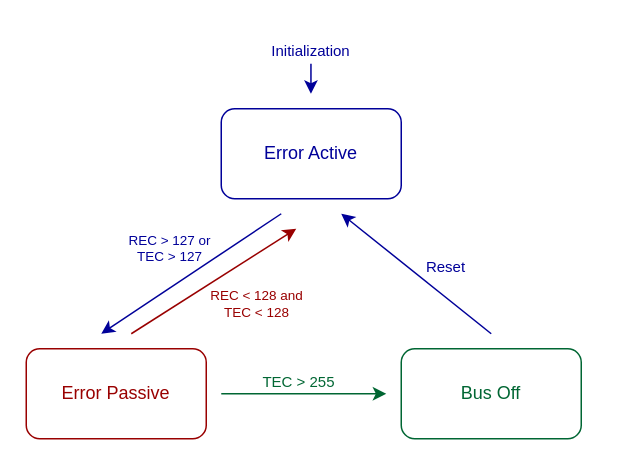
modelica/fmi-ls-bus keeps this draw.io diagram as docs/images/can_error_state_machine.drawio. Above is the earlier version. Source tidied: cells renumbered, new cells numbered last; positions are measured from the earlier drawing's top-left corner, leaving out a move shared by most shapes. Both pictures are drawn from the tidied source at 150%, with x=0, y=0 at pixel (26, 27).
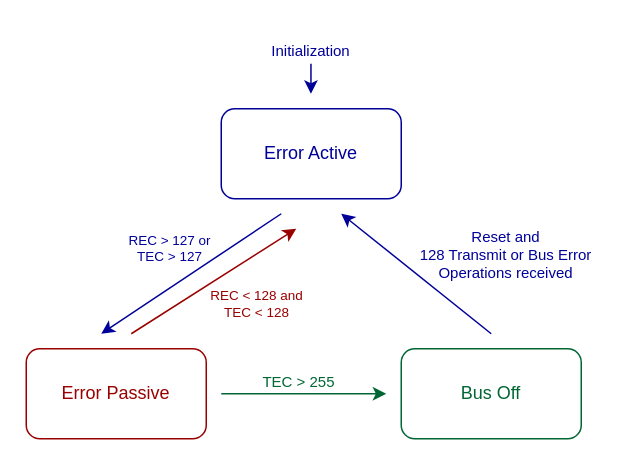
The same page after the edit.

Diff of the diagram source:
```diff
@@
 <mxGraphModel>
   <root>
     <mxCell id="0" />
     <mxCell id="1" parent="0" />
     <mxCell id="2" value="Error Active" style="rounded=1;whiteSpace=wrap;html=1;strokeColor=#000099;fontColor=#000099;" parent="1" vertex="1">
       <mxGeometry x="130" y="54" width="120" height="60" as="geometry" />
     </mxCell>
     <mxCell id="3" value="Error Passive" style="rounded=1;whiteSpace=wrap;html=1;strokeColor=#990000;fontColor=#990000;" parent="1" vertex="1">
       <mxGeometry y="214" width="120" height="60" as="geometry" />
     </mxCell>
     <mxCell id="4" value="Bus Off" style="rounded=1;whiteSpace=wrap;html=1;strokeColor=#006633;fontColor=#006633;" parent="1" vertex="1">
       <mxGeometry x="250" y="214" width="120" height="60" as="geometry" />
     </mxCell>
     <mxCell id="5" style="endArrow=classic;html=1;rounded=0;fontColor=#006633;strokeColor=#006633;" parent="1" edge="1">
       <mxGeometry relative="1" as="geometry">
         <mxPoint x="130" y="244" as="sourcePoint" />
         <mxPoint x="240" y="244" as="targetPoint" />
       </mxGeometry>
     </mxCell>
     <mxCell id="6" style="endArrow=classic;html=1;rounded=0;strokeColor=#000099;" parent="1" edge="1">
       <mxGeometry relative="1" as="geometry">
         <mxPoint x="310" y="204" as="sourcePoint" />
         <mxPoint x="210" y="124" as="targetPoint" />
       </mxGeometry>
     </mxCell>
     <mxCell id="7" style="endArrow=none;html=1;rounded=0;strokeColor=#000099;startArrow=classic;startFill=1;endFill=0;" parent="1" edge="1">
       <mxGeometry relative="1" as="geometry">
         <mxPoint x="50" y="204" as="sourcePoint" />
         <mxPoint x="170" y="124" as="targetPoint" />
       </mxGeometry>
     </mxCell>
     <mxCell id="8" style="endArrow=none;html=1;rounded=0;strokeColor=#990000;startArrow=classic;startFill=1;endFill=0;" parent="1" edge="1">
       <mxGeometry relative="1" as="geometry">
         <mxPoint x="180" y="134" as="sourcePoint" />
         <mxPoint x="70" y="204" as="targetPoint" />
       </mxGeometry>
     </mxCell>
     <mxCell id="9" value="&lt;p style=&quot;font-size: 10px;&quot;&gt;&lt;font color=&quot;#006633&quot; style=&quot;font-size: 10px;&quot;&gt;TEC &amp;gt; 255&lt;/font&gt;&lt;/p&gt;" style="text;html=1;strokeColor=none;fillColor=none;align=center;verticalAlign=middle;whiteSpace=wrap;rounded=0;fontSize=10;" parent="1" vertex="1">
       <mxGeometry x="152" y="221" width="60" height="30" as="geometry" />
     </mxCell>
-    <mxCell id="10" value="&lt;p style=&quot;font-size: 10px;&quot;&gt;&lt;font style=&quot;font-size: 10px;&quot;&gt;Reset&lt;/font&gt;&lt;/p&gt;" style="text;html=1;strokeColor=none;fillColor=none;align=center;verticalAlign=middle;whiteSpace=wrap;rounded=0;fontColor=#000099;fontSize=10;" parent="1" vertex="1">
-      <mxGeometry x="250" y="144" width="60" height="30" as="geometry" />
+    <mxCell id="10" value="&lt;p style=&quot;font-size: 10px;&quot;&gt;&lt;font style=&quot;font-size: 10px;&quot;&gt;Reset and&lt;br&gt;128 Transmit or Bus Error Operations received&lt;/font&gt;&lt;/p&gt;" style="text;html=1;strokeColor=none;fillColor=none;align=center;verticalAlign=middle;whiteSpace=wrap;rounded=0;fontColor=#000099;fontSize=10;" parent="1" vertex="1">
+      <mxGeometry x="260" y="130" width="120" height="42" as="geometry" />
     </mxCell>
     <mxCell id="11" value="&lt;div style=&quot;font-size: 9px;&quot;&gt;&lt;span style=&quot;background-color: initial;&quot;&gt;REC &amp;gt; 127 or&lt;br&gt;TEC &amp;gt; 127&lt;/span&gt;&lt;br&gt;&lt;/div&gt;" style="text;html=1;strokeColor=none;fillColor=none;align=center;verticalAlign=middle;whiteSpace=wrap;rounded=0;fontColor=#000099;fontSize=9;" parent="1" vertex="1">
       <mxGeometry x="51" y="122" width="90" height="50" as="geometry" />
     </mxCell>
     <mxCell id="12" value="&lt;div style=&quot;font-size: 9px;&quot;&gt;&lt;span style=&quot;background-color: initial;&quot;&gt;REC &amp;lt; 128 and&lt;br&gt;TEC &amp;lt; 128&lt;/span&gt;&lt;/div&gt;" style="text;html=1;strokeColor=none;fillColor=none;align=center;verticalAlign=middle;whiteSpace=wrap;rounded=0;fontColor=#990000;fontSize=9;" parent="1" vertex="1">
       <mxGeometry x="109" y="159" width="90" height="50" as="geometry" />
     </mxCell>
     <mxCell id="13" style="endArrow=classic;html=1;rounded=0;strokeColor=#000099;" parent="1" edge="1">
       <mxGeometry relative="1" as="geometry">
         <mxPoint x="189.8" y="24" as="sourcePoint" />
         <mxPoint x="189.8" y="44" as="targetPoint" />
       </mxGeometry>
     </mxCell>
     <mxCell id="14" value="&lt;p style=&quot;font-size: 10px;&quot;&gt;&lt;font style=&quot;font-size: 10px;&quot;&gt;Initialization&lt;/font&gt;&lt;/p&gt;" style="text;html=1;strokeColor=none;fillColor=none;align=center;verticalAlign=middle;whiteSpace=wrap;rounded=0;fontColor=#000099;fontSize=10;" parent="1" vertex="1">
       <mxGeometry x="160" width="60" height="30" as="geometry" />
     </mxCell>
   </root>
 </mxGraphModel>
```
